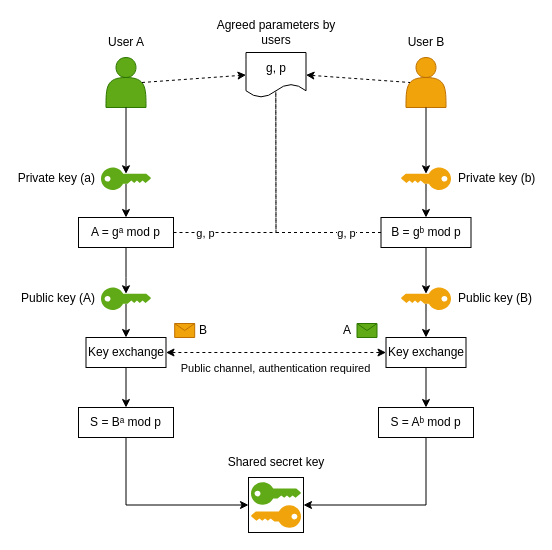
Before: public/img/diffieHellmanPage/drawio/diffieHellman_en.drawio in hejzlzd1/EducrypterUHK, a draw.io diagram. Source tidied: cells renumbered, new cells numbered last; positions are measured from the earlier drawing's top-left corner, leaving out a move shared by most shapes. Both pictures are drawn from the tidied source at 100%, with x=0, y=0 at pixel (78, 17).
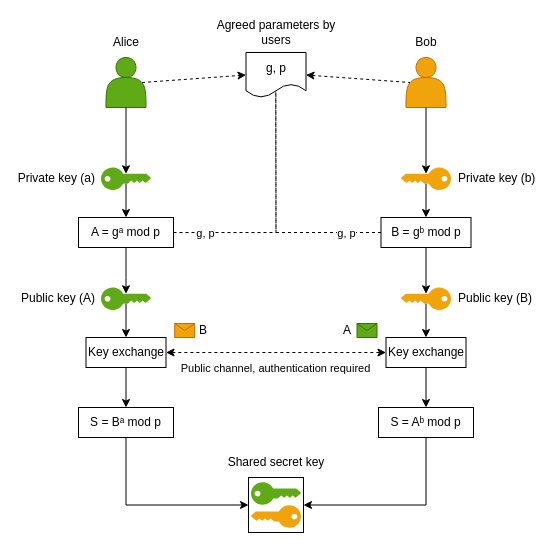
The same diagram, later.

The edit, as a diff of the source:
```diff
@@
-    <mxCell id="4" value="User A" style="text;html=1;strokeColor=none;fillColor=none;align=center;verticalAlign=middle;whiteSpace=wrap;rounded=0;fontColor=#000000;" parent="1" vertex="1">
+    <mxCell id="4" value="Alice" style="text;html=1;strokeColor=none;fillColor=none;align=center;verticalAlign=middle;whiteSpace=wrap;rounded=0;fontColor=#000000;" parent="1" vertex="1">
       <mxGeometry x="17.5" y="10" width="60" height="30" as="geometry" />
     </mxCell>
-    <mxCell id="5" value="User B" style="text;html=1;strokeColor=none;fillColor=none;align=center;verticalAlign=middle;whiteSpace=wrap;rounded=0;fontColor=#000000;" parent="1" vertex="1">
+    <mxCell id="5" value="Bob" style="text;html=1;strokeColor=none;fillColor=none;align=center;verticalAlign=middle;whiteSpace=wrap;rounded=0;fontColor=#000000;" parent="1" vertex="1">
       <mxGeometry x="317.5" y="10" width="60" height="30" as="geometry" />
     </mxCell>
```
